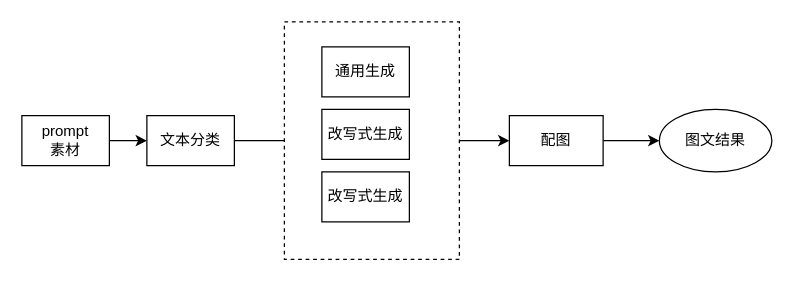
2018liuyan/one keeps this draw.io diagram as 图文生产.drawio. Above is the earlier version. Source tidied: cells renumbered, new cells numbered last; positions are measured from the earlier drawing's top-left corner, leaving out a move shared by most shapes. Both pictures are drawn from the tidied source at 125%, with x=0, y=0 at pixel (21, 21).
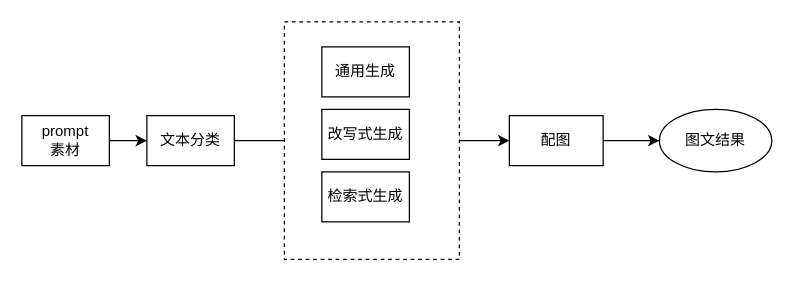
After the change.

Commit message:
更新图文生产.drawio

Diff of the diagram source:
```diff
@@
 <mxGraphModel>
   <root>
     <mxCell id="0" />
     <mxCell id="1" parent="0" />
     <mxCell id="2" style="edgeStyle=orthogonalEdgeStyle;rounded=0;jettySize=auto;html=1;" parent="1" edge="1" source="3" target="10">
       <mxGeometry relative="1" as="geometry" />
     </mxCell>
     <mxCell id="3" value="文本分类" style="rounded=0;whiteSpace=wrap;html=1;" parent="1" vertex="1">
       <mxGeometry x="100" y="75" width="70" height="40" as="geometry" />
     </mxCell>
     <mxCell id="4" style="edgeStyle=orthogonalEdgeStyle;rounded=0;jettySize=auto;html=1;" parent="1" edge="1" source="5" target="8">
       <mxGeometry relative="1" as="geometry" />
     </mxCell>
     <mxCell id="5" style="rounded=0;whiteSpace=wrap;html=1;dashed=1;" parent="1" vertex="1">
       <mxGeometry x="210" width="140" height="190" as="geometry" />
     </mxCell>
     <mxCell id="6" value="通用生成" style="rounded=0;whiteSpace=wrap;html=1;" parent="1" vertex="1">
       <mxGeometry x="240" y="20" width="70" height="40" as="geometry" />
     </mxCell>
     <mxCell id="7" style="edgeStyle=orthogonalEdgeStyle;rounded=0;jettySize=auto;html=1;" parent="1" edge="1" source="8" target="11">
       <mxGeometry relative="1" as="geometry" />
     </mxCell>
     <mxCell id="8" value="配图" style="rounded=0;whiteSpace=wrap;html=1;" parent="1" vertex="1">
       <mxGeometry x="390" y="75" width="75" height="40" as="geometry" />
     </mxCell>
     <mxCell id="9" value="改写式生成" style="rounded=0;whiteSpace=wrap;html=1;" parent="1" vertex="1">
       <mxGeometry x="240" y="70" width="70" height="40" as="geometry" />
     </mxCell>
-    <mxCell id="10" value="改写式生成" style="rounded=0;whiteSpace=wrap;html=1;" parent="1" vertex="1">
+    <mxCell id="10" value="检索式生成" style="rounded=0;whiteSpace=wrap;html=1;" parent="1" vertex="1">
       <mxGeometry x="240" y="120" width="70" height="40" as="geometry" />
     </mxCell>
     <mxCell id="11" value="图文结果" style="ellipse;whiteSpace=wrap;html=1;" parent="1" vertex="1">
       <mxGeometry x="510" y="70" width="90" height="50" as="geometry" />
     </mxCell>
     <mxCell id="12" style="edgeStyle=orthogonalEdgeStyle;rounded=0;jettySize=auto;html=1;" parent="1" edge="1" source="13" target="3">
       <mxGeometry relative="1" as="geometry" />
     </mxCell>
     <mxCell id="13" value="prompt&lt;br&gt;素材&lt;br&gt;" style="rounded=0;whiteSpace=wrap;html=1;" parent="1" vertex="1">
       <mxGeometry y="75" width="70" height="40" as="geometry" />
     </mxCell>
   </root>
 </mxGraphModel>
```
